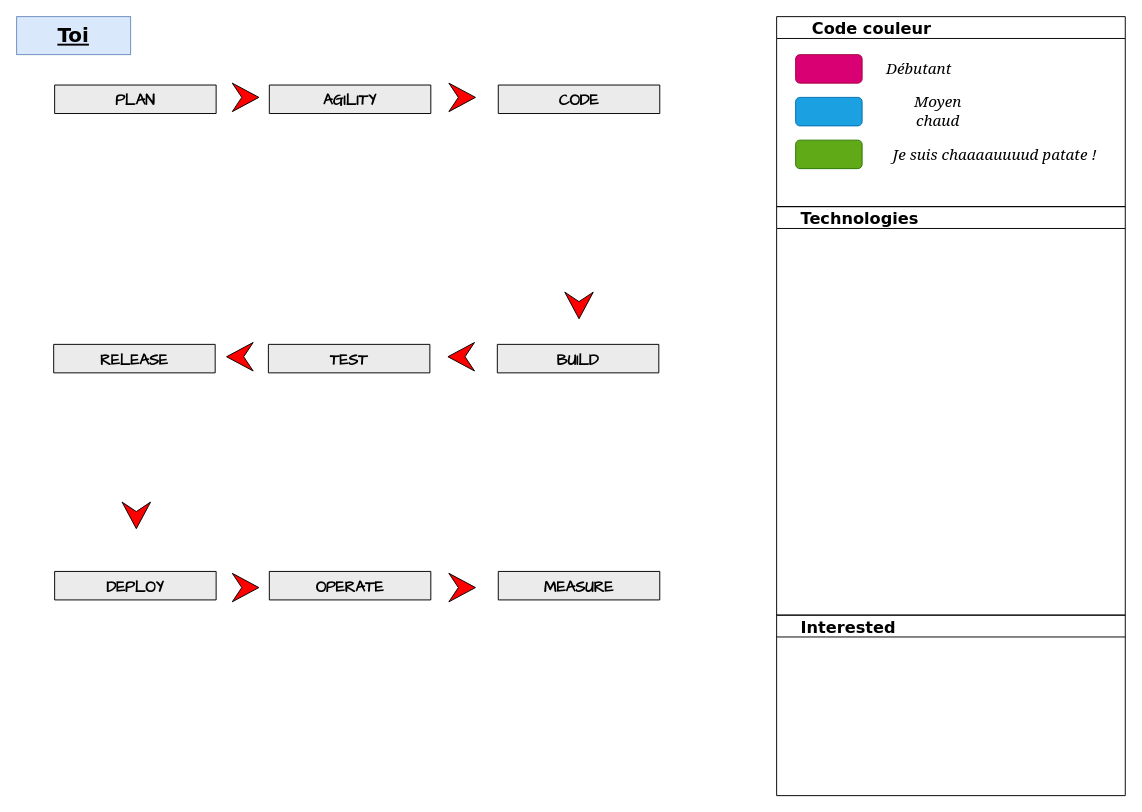
This is skills.drawio from teolia/TeoSchool_skills, a draw.io file, before an edit. Source tidied: cells renumbered, new cells numbered last; positions are measured from the earlier drawing's top-left corner, leaving out a move shared by most shapes. Both pictures are drawn from the tidied source at 95%, with x=0, y=0 at pixel (16, 16).
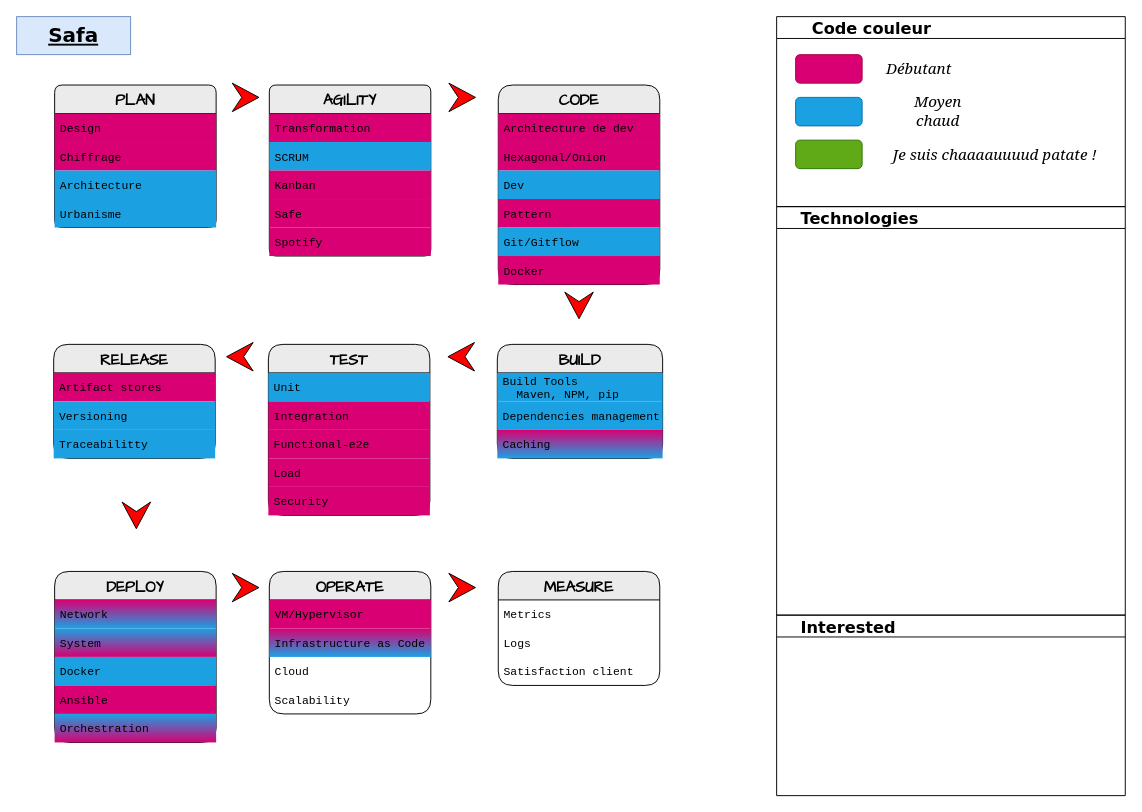
The same page after the edit.

Commit message:
Mettre à jour skills.drawio

The change refers to these unchanged cells:
```xml
<mxCell id="20" value="      Code couleur" style="swimlane;rounded=0;labelBackgroundColor=none;sketch=0;fontFamily=Verdana;fontSize=17;fontColor=#000000;fillColor=none;align=left;" parent="1" vertex="1">
  <mxGeometry x="800" width="367" height="200" as="geometry" />
</mxCell>
```

Change to the diagram source:
```diff
@@
-    <mxCell id="2" value="Toi" style="rounded=0;whiteSpace=wrap;html=1;labelBackgroundColor=none;fontFamily=Verdana;fontSize=21;fillColor=#dae8fc;fontStyle=5;strokeColor=#6c8ebf;" parent="1" vertex="1">
+    <mxCell id="2" value="Safa" style="rounded=0;whiteSpace=wrap;html=1;labelBackgroundColor=none;fontFamily=Verdana;fontSize=21;fillColor=#dae8fc;fontStyle=5;strokeColor=#6c8ebf;" parent="1" vertex="1">
       <mxGeometry width="120" height="40" as="geometry" />
     </mxCell>
-    <mxCell id="3" value="PLAN" style="swimlane;fontStyle=1;horizontal=1;startSize=30;fontFamily=Comic Sans MS;rounded=1;arcSize=9;labelBackgroundColor=none;fillColor=#EBEBEB;fontSize=16;" parent="1" vertex="1" collapsed="1">
-      <mxGeometry x="40" y="72" width="170" height="30" as="geometry" />
+    <mxCell id="3" value="PLAN" style="swimlane;fontStyle=1;horizontal=1;startSize=30;fontFamily=Comic Sans MS;rounded=1;arcSize=9;labelBackgroundColor=none;fillColor=#EBEBEB;fontSize=16;" parent="1" vertex="1">
+      <mxGeometry x="40" y="72" width="170" height="150" as="geometry" />
     </mxCell>
+    <mxCell id="29" value="Design" style="text;align=left;verticalAlign=middle;spacingLeft=4;spacingRight=4;overflow=hidden;fontFamily=Courier New;fillColor=#D80073;" parent="3" vertex="1">
+      <mxGeometry y="30" width="170" height="30" as="geometry" />
+    </mxCell>
+    <mxCell id="30" value="Chiffrage" style="text;align=left;verticalAlign=middle;spacingLeft=4;spacingRight=4;overflow=hidden;fontFamily=Courier New;fillColor=#D80073;" parent="3" vertex="1">
+      <mxGeometry y="60" width="170" height="30" as="geometry" />
+    </mxCell>
+    <mxCell id="31" value="Architecture" style="text;align=left;verticalAlign=middle;spacingLeft=4;spacingRight=4;overflow=hidden;fontFamily=Courier New;fillColor=#1BA1E2;" parent="3" vertex="1">
+      <mxGeometry y="90" width="170" height="30" as="geometry" />
+    </mxCell>
+    <mxCell id="32" value="Urbanisme" style="text;strokeColor=none;fillColor=#1BA1E2;align=left;verticalAlign=middle;spacingLeft=4;spacingRight=4;overflow=hidden;fontFamily=Courier New;" parent="3" vertex="1">
+      <mxGeometry y="120" width="170" height="30" as="geometry" />
+    </mxCell>
-    <mxCell id="4" value="AGILITY" style="swimlane;fontStyle=1;horizontal=1;startSize=30;fontFamily=Comic Sans MS;rounded=1;arcSize=8;labelBackgroundColor=none;fillColor=#EBEBEB;fontSize=16;" parent="1" vertex="1" collapsed="1">
-      <mxGeometry x="266" y="72" width="170" height="30" as="geometry" />
+    <mxCell id="4" value="AGILITY" style="swimlane;fontStyle=1;horizontal=1;startSize=30;fontFamily=Comic Sans MS;rounded=1;arcSize=8;labelBackgroundColor=none;fillColor=#EBEBEB;fontSize=16;" parent="1" vertex="1">
+      <mxGeometry x="266" y="72" width="170" height="180" as="geometry" />
     </mxCell>
+    <mxCell id="33" value="Transformation" style="text;align=left;verticalAlign=middle;spacingLeft=4;spacingRight=4;overflow=hidden;fontFamily=Courier New;fillColor=#D80073;" parent="4" vertex="1">
+      <mxGeometry y="30" width="170" height="30" as="geometry" />
+    </mxCell>
+    <mxCell id="34" value="SCRUM" style="text;strokeColor=none;fillColor=#1BA1E2;align=left;verticalAlign=middle;spacingLeft=4;spacingRight=4;overflow=hidden;fontFamily=Courier New;" parent="4" vertex="1">
+      <mxGeometry y="60" width="170" height="30" as="geometry" />
+    </mxCell>
+    <mxCell id="35" value="Kanban" style="text;strokeColor=none;fillColor=#D80073;align=left;verticalAlign=middle;spacingLeft=4;spacingRight=4;overflow=hidden;fontFamily=Courier New;" parent="4" vertex="1">
+      <mxGeometry y="90" width="170" height="30" as="geometry" />
+    </mxCell>
+    <mxCell id="36" value="Safe" style="text;strokeColor=none;fillColor=#D80073;align=left;verticalAlign=middle;spacingLeft=4;spacingRight=4;overflow=hidden;fontFamily=Courier New;" parent="4" vertex="1">
+      <mxGeometry y="120" width="170" height="30" as="geometry" />
+    </mxCell>
+    <mxCell id="37" value="Spotify" style="text;strokeColor=none;fillColor=#D80073;align=left;verticalAlign=middle;spacingLeft=4;spacingRight=4;overflow=hidden;fontFamily=Courier New;" parent="4" vertex="1">
+      <mxGeometry y="150" width="170" height="30" as="geometry" />
+    </mxCell>
-    <mxCell id="5" value="CODE" style="swimlane;fontStyle=1;horizontal=1;startSize=30;fontFamily=Comic Sans MS;rounded=1;arcSize=17;labelBackgroundColor=none;fillColor=#EBEBEB;fontSize=16;" parent="1" vertex="1" collapsed="1">
-      <mxGeometry x="507" y="72" width="170" height="30" as="geometry" />
+    <mxCell id="5" value="CODE" style="swimlane;fontStyle=1;horizontal=1;startSize=30;fontFamily=Comic Sans MS;rounded=1;arcSize=17;labelBackgroundColor=none;fillColor=#EBEBEB;fontSize=16;" parent="1" vertex="1">
+      <mxGeometry x="507" y="72" width="170" height="210" as="geometry" />
     </mxCell>
+    <mxCell id="38" value="Architecture de dev" style="text;align=left;verticalAlign=middle;spacingLeft=4;spacingRight=4;overflow=hidden;fontFamily=Courier New;fillColor=#D80073;" parent="5" vertex="1">
+      <mxGeometry y="30" width="170" height="30" as="geometry" />
+    </mxCell>
+    <mxCell id="39" value="Hexagonal/Onion" style="text;strokeColor=none;fillColor=#D80073;align=left;verticalAlign=middle;spacingLeft=4;spacingRight=4;overflow=hidden;fontFamily=Courier New;" parent="5" vertex="1">
+      <mxGeometry y="60" width="170" height="30" as="geometry" />
+    </mxCell>
+    <mxCell id="40" value="Dev" style="text;strokeColor=none;fillColor=#1BA1E2;align=left;verticalAlign=middle;spacingLeft=4;spacingRight=4;overflow=hidden;fontFamily=Courier New;" parent="5" vertex="1">
+      <mxGeometry y="90" width="170" height="30" as="geometry" />
+    </mxCell>
+    <mxCell id="41" value="Pattern" style="text;strokeColor=none;fillColor=#D80073;align=left;verticalAlign=middle;spacingLeft=4;spacingRight=4;overflow=hidden;fontFamily=Courier New;" parent="5" vertex="1">
+      <mxGeometry y="120" width="170" height="30" as="geometry" />
+    </mxCell>
+    <mxCell id="42" value="Git/Gitflow" style="text;strokeColor=none;fillColor=#1BA1E2;align=left;verticalAlign=middle;spacingLeft=4;spacingRight=4;overflow=hidden;fontFamily=Courier New;" parent="5" vertex="1">
+      <mxGeometry y="150" width="170" height="30" as="geometry" />
+    </mxCell>
+    <mxCell id="43" value="Docker" style="text;strokeColor=none;fillColor=#D80073;align=left;verticalAlign=middle;spacingLeft=4;spacingRight=4;overflow=hidden;fontFamily=Courier New;" parent="5" vertex="1">
+      <mxGeometry y="180" width="170" height="30" as="geometry" />
+    </mxCell>
@@
-    <mxCell id="8" value="RELEASE" style="swimlane;fontStyle=1;horizontal=1;startSize=30;fontFamily=Comic Sans MS;rounded=1;arcSize=17;labelBackgroundColor=none;fillColor=#EBEBEB;fontSize=16;" parent="1" vertex="1" collapsed="1">
-      <mxGeometry x="39" y="345" width="170" height="30" as="geometry" />
+    <mxCell id="8" value="RELEASE" style="swimlane;fontStyle=1;horizontal=1;startSize=30;fontFamily=Comic Sans MS;rounded=1;arcSize=17;labelBackgroundColor=none;fillColor=#EBEBEB;fontSize=16;" parent="1" vertex="1">
+      <mxGeometry x="39" y="345" width="170" height="120" as="geometry" />
     </mxCell>
+    <mxCell id="44" value="Artifact stores" style="text;align=left;verticalAlign=middle;spacingLeft=4;spacingRight=4;overflow=hidden;fontFamily=Courier New;fillColor=#D80073;" parent="8" vertex="1">
+      <mxGeometry y="30" width="170" height="30" as="geometry" />
+    </mxCell>
+    <mxCell id="45" value="Versioning" style="text;strokeColor=none;fillColor=#1BA1E2;align=left;verticalAlign=middle;spacingLeft=4;spacingRight=4;overflow=hidden;fontFamily=Courier New;" parent="8" vertex="1">
+      <mxGeometry y="60" width="170" height="30" as="geometry" />
+    </mxCell>
+    <mxCell id="46" value="Traceabilitty" style="text;strokeColor=none;fillColor=#1BA1E2;align=left;verticalAlign=middle;spacingLeft=4;spacingRight=4;overflow=hidden;fontFamily=Courier New;" parent="8" vertex="1">
+      <mxGeometry y="90" width="170" height="30" as="geometry" />
+    </mxCell>
-    <mxCell id="9" value="TEST" style="swimlane;fontStyle=1;horizontal=1;startSize=30;fontFamily=Comic Sans MS;rounded=1;arcSize=17;labelBackgroundColor=none;fillColor=#EBEBEB;fontSize=16;" parent="1" vertex="1" collapsed="1">
-      <mxGeometry x="265" y="345" width="170" height="30" as="geometry" />
+    <mxCell id="9" value="TEST" style="swimlane;fontStyle=1;horizontal=1;startSize=30;fontFamily=Comic Sans MS;rounded=1;arcSize=17;labelBackgroundColor=none;fillColor=#EBEBEB;fontSize=16;" parent="1" vertex="1">
+      <mxGeometry x="265" y="345" width="170" height="180" as="geometry" />
     </mxCell>
+    <mxCell id="47" value="Unit" style="text;align=left;verticalAlign=middle;spacingLeft=4;spacingRight=4;overflow=hidden;fontFamily=Courier New;fillColor=#1BA1E2;" parent="9" vertex="1">
+      <mxGeometry y="30" width="170" height="30" as="geometry" />
+    </mxCell>
+    <mxCell id="48" value="Integration" style="text;strokeColor=none;fillColor=#D80073;align=left;verticalAlign=middle;spacingLeft=4;spacingRight=4;overflow=hidden;fontFamily=Courier New;" parent="9" vertex="1">
+      <mxGeometry y="60" width="170" height="30" as="geometry" />
+    </mxCell>
+    <mxCell id="49" value="Functional-e2e" style="text;strokeColor=none;fillColor=#D80073;align=left;verticalAlign=middle;spacingLeft=4;spacingRight=4;overflow=hidden;fontFamily=Courier New;" parent="9" vertex="1">
+      <mxGeometry y="90" width="170" height="30" as="geometry" />
+    </mxCell>
+    <mxCell id="50" value="Load" style="text;strokeColor=none;fillColor=#D80073;align=left;verticalAlign=middle;spacingLeft=4;spacingRight=4;overflow=hidden;fontFamily=Courier New;" parent="9" vertex="1">
+      <mxGeometry y="120" width="170" height="30" as="geometry" />
+    </mxCell>
+    <mxCell id="51" value="Security" style="text;strokeColor=none;fillColor=#D80073;align=left;verticalAlign=middle;spacingLeft=4;spacingRight=4;overflow=hidden;fontFamily=Courier New;" parent="9" vertex="1">
+      <mxGeometry y="150" width="170" height="30" as="geometry" />
+    </mxCell>
-    <mxCell id="10" value="BUILD" style="swimlane;fontStyle=1;horizontal=1;startSize=30;fontFamily=Comic Sans MS;rounded=1;arcSize=17;labelBackgroundColor=none;fillColor=#EBEBEB;fontSize=16;" parent="1" vertex="1" collapsed="1">
-      <mxGeometry x="506" y="345" width="170" height="30" as="geometry" />
+    <mxCell id="10" value="BUILD" style="swimlane;fontStyle=1;horizontal=1;startSize=30;fontFamily=Comic Sans MS;rounded=1;arcSize=17;labelBackgroundColor=none;fillColor=#EBEBEB;fontSize=16;" parent="1" vertex="1">
+      <mxGeometry x="506" y="345" width="174" height="120" as="geometry" />
     </mxCell>
+    <mxCell id="52" value="Build Tools&#10;  Maven, NPM, pip" style="text;align=left;verticalAlign=middle;spacingLeft=4;spacingRight=4;overflow=hidden;fontFamily=Courier New;fillColor=#1BA1E2;" parent="10" vertex="1">
+      <mxGeometry y="30" width="174" height="30" as="geometry" />
+    </mxCell>
+    <mxCell id="53" value="Dependencies management" style="text;strokeColor=none;fillColor=#1BA1E2;align=left;verticalAlign=middle;spacingLeft=4;spacingRight=4;overflow=hidden;fontFamily=Courier New;" parent="10" vertex="1">
+      <mxGeometry y="60" width="174" height="30" as="geometry" />
+    </mxCell>
+    <mxCell id="54" value="Caching" style="text;strokeColor=none;fillColor=#D80073;align=left;verticalAlign=middle;spacingLeft=4;spacingRight=4;overflow=hidden;fontFamily=Courier New;gradientColor=#1BA1E2;" parent="10" vertex="1">
+      <mxGeometry y="90" width="174" height="30" as="geometry" />
+    </mxCell>
-    <mxCell id="11" value="DEPLOY" style="swimlane;fontStyle=1;horizontal=1;startSize=30;fontFamily=Comic Sans MS;rounded=1;arcSize=17;labelBackgroundColor=none;fillColor=#EBEBEB;fontSize=16;" parent="1" vertex="1" collapsed="1">
-      <mxGeometry x="40" y="584" width="170" height="30" as="geometry" />
+    <mxCell id="11" value="DEPLOY" style="swimlane;fontStyle=1;horizontal=1;startSize=30;fontFamily=Comic Sans MS;rounded=1;arcSize=17;labelBackgroundColor=none;fillColor=#EBEBEB;fontSize=16;" parent="1" vertex="1">
+      <mxGeometry x="40" y="584" width="170" height="180" as="geometry" />
     </mxCell>
+    <mxCell id="55" value="Network" style="text;align=left;verticalAlign=middle;spacingLeft=4;spacingRight=4;overflow=hidden;fontFamily=Courier New;fillColor=#D80073;gradientColor=#1BA1E2;" parent="11" vertex="1">
+      <mxGeometry y="30" width="170" height="30" as="geometry" />
+    </mxCell>
+    <mxCell id="56" value="System" style="text;strokeColor=none;fillColor=#1BA1E2;align=left;verticalAlign=middle;spacingLeft=4;spacingRight=4;overflow=hidden;fontFamily=Courier New;gradientColor=#D80073;" parent="11" vertex="1">
+      <mxGeometry y="60" width="170" height="30" as="geometry" />
+    </mxCell>
+    <mxCell id="57" value="Docker" style="text;strokeColor=none;fillColor=#1BA1E2;align=left;verticalAlign=middle;spacingLeft=4;spacingRight=4;overflow=hidden;fontFamily=Courier New;" parent="11" vertex="1">
+      <mxGeometry y="90" width="170" height="30" as="geometry" />
+    </mxCell>
+    <mxCell id="58" value="Ansible" style="text;strokeColor=none;fillColor=#D80073;align=left;verticalAlign=middle;spacingLeft=4;spacingRight=4;overflow=hidden;fontFamily=Courier New;" parent="11" vertex="1">
+      <mxGeometry y="120" width="170" height="30" as="geometry" />
+    </mxCell>
+    <mxCell id="59" value="Orchestration" style="text;strokeColor=none;fillColor=#1BA1E2;align=left;verticalAlign=middle;spacingLeft=4;spacingRight=4;overflow=hidden;fontFamily=Courier New;gradientColor=#D80073;" parent="11" vertex="1">
+      <mxGeometry y="150" width="170" height="30" as="geometry" />
+    </mxCell>
-    <mxCell id="12" value="OPERATE" style="swimlane;fontStyle=1;horizontal=1;startSize=30;fontFamily=Comic Sans MS;rounded=1;arcSize=17;labelBackgroundColor=none;fillColor=#EBEBEB;fontSize=16;" parent="1" vertex="1" collapsed="1">
-      <mxGeometry x="266" y="584" width="170" height="30" as="geometry" />
+    <mxCell id="12" value="OPERATE" style="swimlane;fontStyle=1;horizontal=1;startSize=30;fontFamily=Comic Sans MS;rounded=1;arcSize=17;labelBackgroundColor=none;fillColor=#EBEBEB;fontSize=16;" parent="1" vertex="1">
+      <mxGeometry x="266" y="584" width="170" height="150" as="geometry" />
     </mxCell>
+    <mxCell id="60" value="VM/Hypervisor" style="text;align=left;verticalAlign=middle;spacingLeft=4;spacingRight=4;overflow=hidden;fontFamily=Courier New;fillColor=#D80073;" parent="12" vertex="1">
+      <mxGeometry y="30" width="170" height="30" as="geometry" />
+    </mxCell>
+    <mxCell id="61" value="Infrastructure as Code" style="text;strokeColor=none;fillColor=#D80073;align=left;verticalAlign=middle;spacingLeft=4;spacingRight=4;overflow=hidden;fontFamily=Courier New;gradientColor=#1BA1E2;" parent="12" vertex="1">
+      <mxGeometry y="60" width="170" height="30" as="geometry" />
+    </mxCell>
+    <mxCell id="62" value="Cloud" style="text;strokeColor=none;fillColor=none;align=left;verticalAlign=middle;spacingLeft=4;spacingRight=4;overflow=hidden;fontFamily=Courier New;" parent="12" vertex="1">
+      <mxGeometry y="90" width="170" height="30" as="geometry" />
+    </mxCell>
+    <mxCell id="63" value="Scalability" style="text;strokeColor=none;fillColor=none;align=left;verticalAlign=middle;spacingLeft=4;spacingRight=4;overflow=hidden;fontFamily=Courier New;" parent="12" vertex="1">
+      <mxGeometry y="120" width="170" height="30" as="geometry" />
+    </mxCell>
-    <mxCell id="13" value="MEASURE" style="swimlane;fontStyle=1;horizontal=1;startSize=30;fontFamily=Comic Sans MS;rounded=1;arcSize=17;labelBackgroundColor=none;fillColor=#EBEBEB;fontSize=16;" parent="1" vertex="1" collapsed="1">
-      <mxGeometry x="507" y="584" width="170" height="30" as="geometry" />
+    <mxCell id="13" value="MEASURE" style="swimlane;fontStyle=1;horizontal=1;startSize=30;fontFamily=Comic Sans MS;rounded=1;arcSize=17;labelBackgroundColor=none;fillColor=#EBEBEB;fontSize=16;" parent="1" vertex="1">
+      <mxGeometry x="507" y="584" width="170" height="120" as="geometry" />
     </mxCell>
+    <mxCell id="64" value="Metrics" style="text;align=left;verticalAlign=middle;spacingLeft=4;spacingRight=4;overflow=hidden;fontFamily=Courier New;" parent="13" vertex="1">
+      <mxGeometry y="30" width="170" height="30" as="geometry" />
+    </mxCell>
+    <mxCell id="65" value="Logs" style="text;strokeColor=none;fillColor=none;align=left;verticalAlign=middle;spacingLeft=4;spacingRight=4;overflow=hidden;fontFamily=Courier New;" parent="13" vertex="1">
+      <mxGeometry y="60" width="170" height="30" as="geometry" />
+    </mxCell>
+    <mxCell id="66" value="Satisfaction client" style="text;strokeColor=none;fillColor=none;align=left;verticalAlign=middle;spacingLeft=4;spacingRight=4;overflow=hidden;fontFamily=Courier New;" parent="13" vertex="1">
+      <mxGeometry y="90" width="170" height="30" as="geometry" />
+    </mxCell>
@@
-    <mxCell id="22" style="rounded=1;whiteSpace=wrap;html=1;fillColor=#1ba1e2;fontColor=#ffffff;strokeColor=#006EAF;" parent="20" vertex="1">
+    <mxCell id="22" style="rounded=1;whiteSpace=wrap;html=1;fillColor=#1BA1E2;fontColor=#ffffff;strokeColor=#006EAF;" parent="20" vertex="1">
       <mxGeometry x="20" y="85" width="70" height="30" as="geometry" />
     </mxCell>
```
